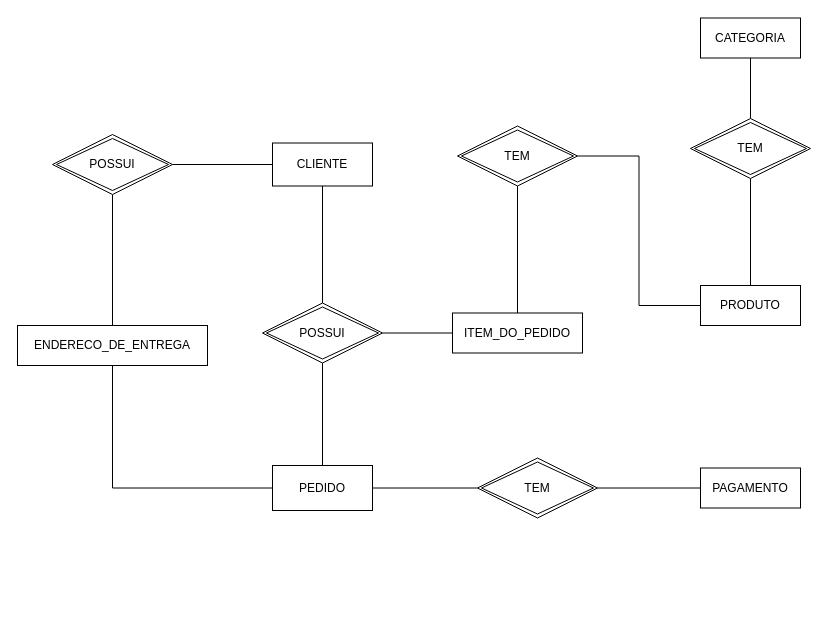
RosaSianga/Projeto_Ecommerce keeps this draw.io diagram as page "Conceitual - ECommerce" (3 of 4) of Modelagem/ModelagemEcommerce.drawio. Above is the earlier version. Source tidied: cells renumbered, new cells numbered last; positions are measured from the earlier drawing's top-left corner, leaving out a move shared by most shapes. Both pictures are drawn from the tidied source at 100%, with x=0, y=0 at pixel (17, 17).
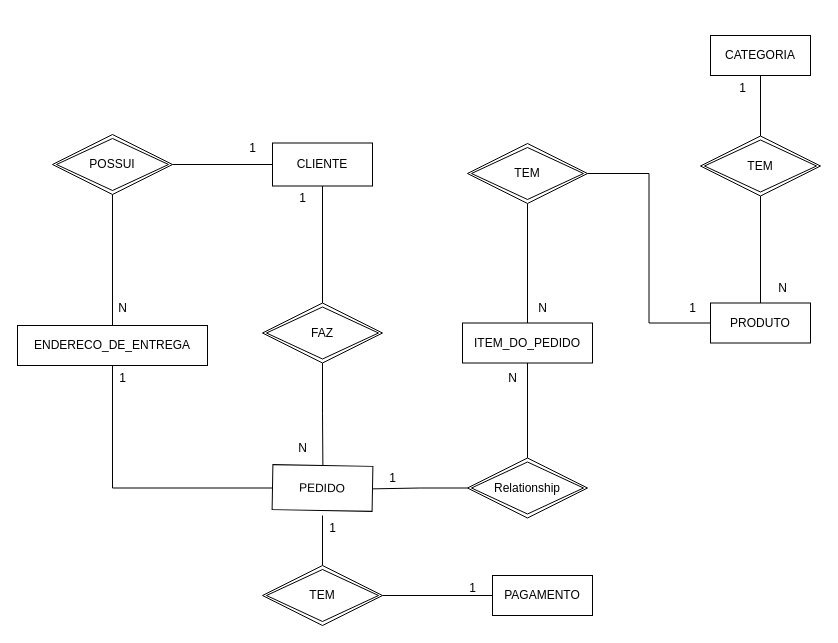
The same page after the edit.

Diff of the diagram source:
```diff
@@
     <mxCell id="5" value="PRODUTO" style="whiteSpace=wrap;html=1;align=center;" parent="1" vertex="1">
-      <mxGeometry x="683" y="268" width="100" height="40" as="geometry" />
+      <mxGeometry x="693" y="285.5" width="100" height="40" as="geometry" />
     </mxCell>
@@
-    <mxCell id="7" value="PEDIDO" style="whiteSpace=wrap;html=1;align=center;" parent="1" vertex="1">
+    <mxCell id="7" value="PEDIDO" style="whiteSpace=wrap;html=1;align=center;rotation=1;" parent="1" vertex="1">
       <mxGeometry x="255" y="448" width="100" height="45" as="geometry" />
     </mxCell>
+    <mxCell id="26" style="edgeStyle=orthogonalEdgeStyle;rounded=0;jettySize=auto;html=1;entryX=0.5;entryY=0;entryDx=0;entryDy=0;endArrow=none;endFill=0;" parent="1" edge="1" source="8" target="34">
+      <mxGeometry relative="1" as="geometry" />
+    </mxCell>
     <mxCell id="8" value="ITEM_DO_PEDIDO" style="whiteSpace=wrap;html=1;align=center;" parent="1" vertex="1">
-      <mxGeometry x="435" y="295.5" width="130" height="40" as="geometry" />
+      <mxGeometry x="445" y="305.5" width="130" height="40" as="geometry" />
     </mxCell>
     <mxCell id="9" value="PAGAMENTO" style="whiteSpace=wrap;html=1;align=center;" parent="1" vertex="1">
-      <mxGeometry x="683" y="450.5" width="100" height="40" as="geometry" />
+      <mxGeometry x="475" y="558" width="100" height="40" as="geometry" />
     </mxCell>
@@
-    <mxCell id="11" style="edgeStyle=orthogonalEdgeStyle;rounded=0;jettySize=auto;html=1;entryX=0;entryY=0.5;entryDx=0;entryDy=0;endArrow=none;endFill=0;" parent="1" edge="1" source="12" target="8">
-      <mxGeometry relative="1" as="geometry" />
-    </mxCell>
-    <mxCell id="12" value="POSSUI" style="shape=rhombus;double=1;perimeter=rhombusPerimeter;whiteSpace=wrap;html=1;align=center;" parent="1" vertex="1">
+    <mxCell id="12" value="FAZ" style="shape=rhombus;double=1;perimeter=rhombusPerimeter;whiteSpace=wrap;html=1;align=center;" parent="1" vertex="1">
       <mxGeometry x="245" y="285.5" width="120" height="60" as="geometry" />
     </mxCell>
@@
     <mxCell id="15" value="TEM" style="shape=rhombus;double=1;perimeter=rhombusPerimeter;whiteSpace=wrap;html=1;align=center;" parent="1" vertex="1">
-      <mxGeometry x="440" y="108.5" width="120" height="60" as="geometry" />
+      <mxGeometry x="450" y="126" width="120" height="60" as="geometry" />
     </mxCell>
-    <mxCell id="16" style="edgeStyle=orthogonalEdgeStyle;rounded=0;jettySize=auto;html=1;entryX=1;entryY=0.5;entryDx=0;entryDy=0;endArrow=none;endFill=0;" parent="1" edge="1" source="18" target="7">
-      <mxGeometry relative="1" as="geometry" />
-    </mxCell>
@@
+    <mxCell id="27" style="edgeStyle=orthogonalEdgeStyle;rounded=0;jettySize=auto;html=1;endArrow=none;endFill=0;" parent="1" edge="1" source="18">
+      <mxGeometry relative="1" as="geometry">
+        <mxPoint x="305" y="498" as="targetPoint" />
+      </mxGeometry>
+    </mxCell>
     <mxCell id="18" value="TEM" style="shape=rhombus;double=1;perimeter=rhombusPerimeter;whiteSpace=wrap;html=1;align=center;" parent="1" vertex="1">
-      <mxGeometry x="460" y="440.5" width="120" height="60" as="geometry" />
+      <mxGeometry x="245" y="548" width="120" height="60" as="geometry" />
     </mxCell>
     <mxCell id="19" value="CATEGORIA" style="whiteSpace=wrap;html=1;align=center;" parent="1" vertex="1">
-      <mxGeometry x="683" y="0.5" width="100" height="40" as="geometry" />
+      <mxGeometry x="693" y="18" width="100" height="40" as="geometry" />
     </mxCell>
@@
     <mxCell id="25" value="TEM" style="shape=rhombus;double=1;perimeter=rhombusPerimeter;whiteSpace=wrap;html=1;align=center;" parent="1" vertex="1">
-      <mxGeometry x="673" y="101" width="120" height="60" as="geometry" />
+      <mxGeometry x="683" y="118.5" width="120" height="60" as="geometry" />
     </mxCell>
+    <mxCell id="28" value="1" style="text;html=1;align=center;verticalAlign=middle;strokeColor=none;fillColor=none;" parent="1" vertex="1">
+      <mxGeometry x="220" y="116" width="30" height="30" as="geometry" />
+    </mxCell>
+    <mxCell id="29" value="N" style="text;html=1;align=center;verticalAlign=middle;strokeColor=none;fillColor=none;" parent="1" vertex="1">
+      <mxGeometry x="90" y="276" width="30" height="30" as="geometry" />
+    </mxCell>
+    <mxCell id="30" value="1" style="text;html=1;align=center;verticalAlign=middle;strokeColor=none;fillColor=none;" parent="1" vertex="1">
+      <mxGeometry x="270" y="166" width="30" height="30" as="geometry" />
+    </mxCell>
+    <mxCell id="31" value="N" style="text;html=1;align=center;verticalAlign=middle;strokeColor=none;fillColor=none;" parent="1" vertex="1">
+      <mxGeometry x="270" y="416" width="30" height="30" as="geometry" />
+    </mxCell>
+    <mxCell id="32" value="1" style="text;html=1;align=center;verticalAlign=middle;strokeColor=none;fillColor=none;" parent="1" vertex="1">
+      <mxGeometry x="360" y="446" width="30" height="30" as="geometry" />
+    </mxCell>
+    <mxCell id="33" style="edgeStyle=orthogonalEdgeStyle;rounded=0;jettySize=auto;html=1;entryX=1;entryY=0.5;entryDx=0;entryDy=0;endArrow=none;endFill=0;" parent="1" edge="1" source="34" target="7">
+      <mxGeometry relative="1" as="geometry" />
+    </mxCell>
+    <mxCell id="34" value="Relationship" style="shape=rhombus;double=1;perimeter=rhombusPerimeter;whiteSpace=wrap;html=1;align=center;" parent="1" vertex="1">
+      <mxGeometry x="450" y="440.5" width="120" height="60" as="geometry" />
+    </mxCell>
+    <mxCell id="35" value="N" style="text;html=1;align=center;verticalAlign=middle;strokeColor=none;fillColor=none;" parent="1" vertex="1">
+      <mxGeometry x="480" y="346" width="30" height="30" as="geometry" />
+    </mxCell>
+    <mxCell id="36" value="1" style="text;html=1;align=center;verticalAlign=middle;strokeColor=none;fillColor=none;" parent="1" vertex="1">
+      <mxGeometry x="300" y="496" width="30" height="30" as="geometry" />
+    </mxCell>
+    <mxCell id="37" value="1" style="text;html=1;align=center;verticalAlign=middle;strokeColor=none;fillColor=none;" parent="1" vertex="1">
+      <mxGeometry x="440" y="556" width="30" height="30" as="geometry" />
+    </mxCell>
+    <mxCell id="38" value="1" style="text;html=1;align=center;verticalAlign=middle;strokeColor=none;fillColor=none;" parent="1" vertex="1">
+      <mxGeometry x="710" y="56" width="30" height="30" as="geometry" />
+    </mxCell>
+    <mxCell id="39" value="N" style="text;html=1;align=center;verticalAlign=middle;strokeColor=none;fillColor=none;" parent="1" vertex="1">
+      <mxGeometry x="750" y="256" width="30" height="30" as="geometry" />
+    </mxCell>
+    <mxCell id="40" value="N" style="text;html=1;align=center;verticalAlign=middle;strokeColor=none;fillColor=none;" parent="1" vertex="1">
+      <mxGeometry x="510" y="276" width="30" height="30" as="geometry" />
+    </mxCell>
+    <mxCell id="41" value="1" style="text;html=1;align=center;verticalAlign=middle;strokeColor=none;fillColor=none;" parent="1" vertex="1">
+      <mxGeometry x="660" y="276" width="30" height="30" as="geometry" />
+    </mxCell>
+    <mxCell id="42" value="1" style="text;html=1;align=center;verticalAlign=middle;strokeColor=none;fillColor=none;" parent="1" vertex="1">
+      <mxGeometry x="90" y="346" width="30" height="30" as="geometry" />
+    </mxCell>
```
